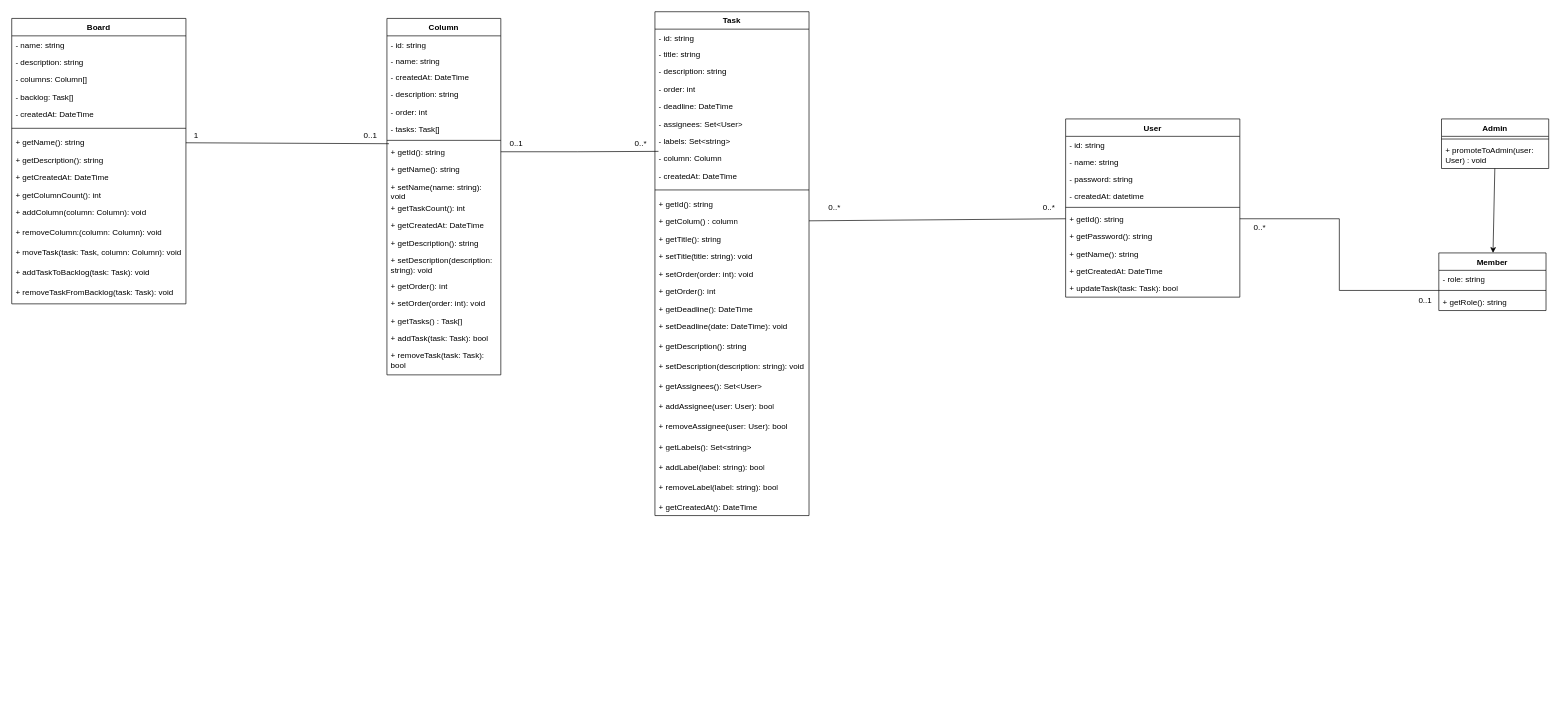
This is docs/Kancpp.drawio from talis-fb/kancpp_atv_boas_praticas, a draw.io file, before an edit. Source tidied: cells renumbered, new cells numbered last; positions are measured from the earlier drawing's top-left corner, leaving out a move shared by most shapes. Both pictures are drawn from the tidied source at 67%, with x=0, y=0 at pixel (11, 11).
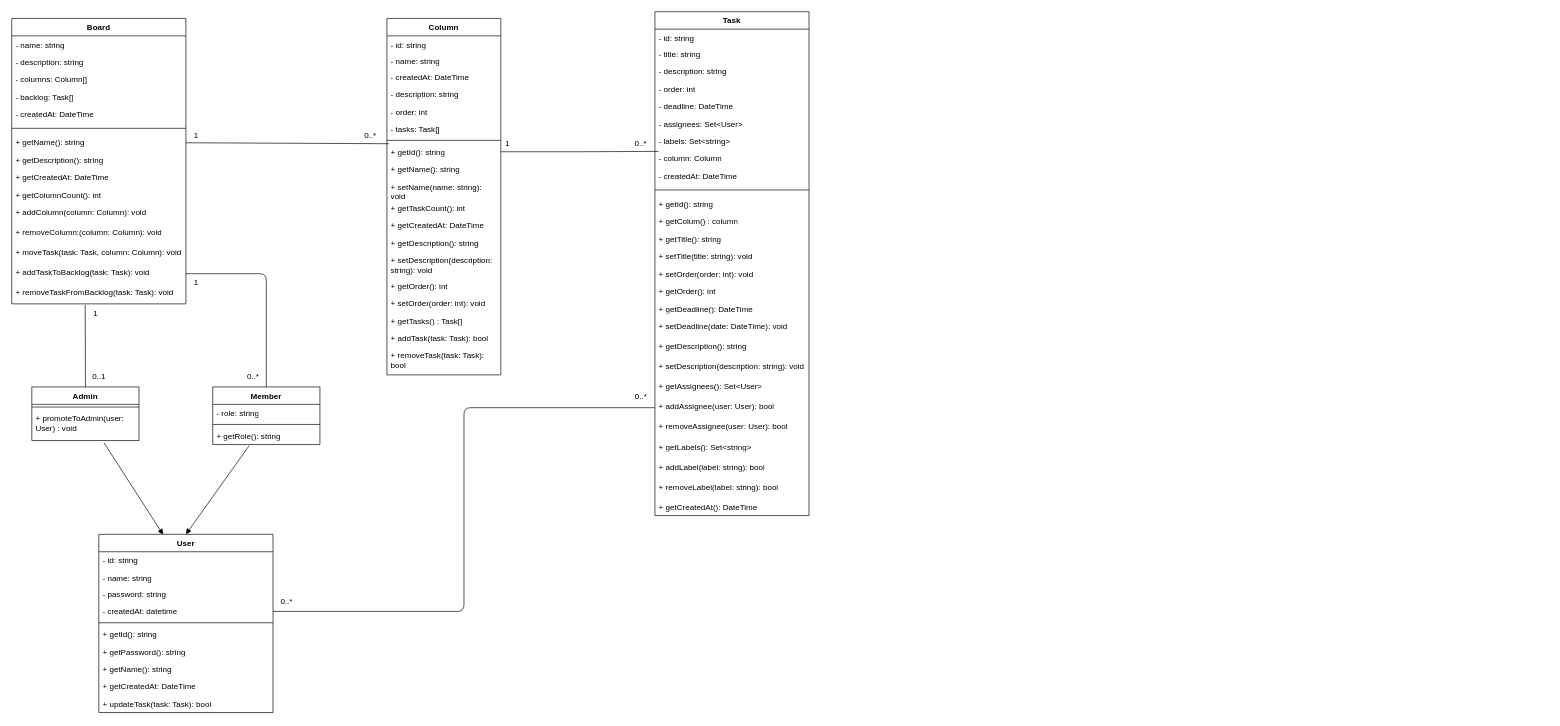
The same diagram, later.

Commit message:
feat: class diagram

Unchanged cells that the change refers to:
```xml
<mxCell id="34" value="+ getColum() : column" style="text;strokeColor=none;fillColor=none;align=left;verticalAlign=top;spacingLeft=4;spacingRight=4;overflow=hidden;points=[[0,0.5],[1,0.5]];portConstraint=eastwest;whiteSpace=wrap;html=1;" parent="22" vertex="1">
  <mxGeometry y="300" width="230" height="26" as="geometry" />
</mxCell>
<mxCell id="44" value="+ addAssignee(user: User): bool" style="text;strokeColor=none;fillColor=none;align=left;verticalAlign=top;spacingLeft=4;spacingRight=4;overflow=hidden;points=[[0,0.5],[1,0.5]];portConstraint=eastwest;whiteSpace=wrap;html=1;" parent="22" vertex="1">
  <mxGeometry y="576" width="230" height="30" as="geometry" />
</mxCell>
<mxCell id="64" value="+ addTaskToBacklog(task: Task): void" style="text;strokeColor=none;fillColor=none;align=left;verticalAlign=top;spacingLeft=4;spacingRight=4;overflow=hidden;points=[[0,0.5],[1,0.5]];portConstraint=eastwest;whiteSpace=wrap;html=1;" parent="50" vertex="1">
  <mxGeometry y="366" width="260" height="30" as="geometry" />
</mxCell>
<mxCell id="65" value="+ removeTaskFromBacklog(task: Task): void" style="text;strokeColor=none;fillColor=none;align=left;verticalAlign=top;spacingLeft=4;spacingRight=4;overflow=hidden;points=[[0,0.5],[1,0.5]];portConstraint=eastwest;whiteSpace=wrap;html=1;" parent="50" vertex="1">
  <mxGeometry y="396" width="260" height="30" as="geometry" />
</mxCell>
<mxCell id="70" value="- createdAt: datetime" style="text;strokeColor=none;fillColor=none;align=left;verticalAlign=top;spacingLeft=4;spacingRight=4;overflow=hidden;points=[[0,0.5],[1,0.5]];portConstraint=eastwest;whiteSpace=wrap;html=1;" parent="66" vertex="1">
  <mxGeometry y="102" width="260" height="26" as="geometry" />
</mxCell>
<mxCell id="72" value="+ getId(): string" style="text;strokeColor=none;fillColor=none;align=left;verticalAlign=top;spacingLeft=4;spacingRight=4;overflow=hidden;points=[[0,0.5],[1,0.5]];portConstraint=eastwest;whiteSpace=wrap;html=1;" parent="66" vertex="1">
  <mxGeometry y="136" width="260" height="26" as="geometry" />
</mxCell>
<mxCell id="79" style="line;strokeWidth=1;fillColor=none;align=left;verticalAlign=middle;spacingTop=-1;spacingLeft=3;spacingRight=3;labelPosition=right;points=[];portConstraint=eastwest;strokeColor=inherit;" parent="77" vertex="1">
  <mxGeometry y="52" width="160" height="8" as="geometry" />
</mxCell>
<mxCell id="80" value="+ getRole(): string" style="text;strokeColor=none;fillColor=none;align=left;verticalAlign=top;spacingLeft=4;spacingRight=4;overflow=hidden;points=[[0,0.5],[1,0.5]];portConstraint=eastwest;whiteSpace=wrap;html=1;" parent="77" vertex="1">
  <mxGeometry y="60" width="160" height="26" as="geometry" />
</mxCell>
```

Change to the diagram source:
```diff
@@
     <mxCell id="66" value="User" style="swimlane;fontStyle=1;align=center;verticalAlign=top;horizontal=1;startSize=26;whiteSpace=wrap;html=1;" parent="1" vertex="1">
-      <mxGeometry x="1573" y="160" width="260" height="266" as="geometry" />
+      <mxGeometry x="130" y="780" width="260" height="266" as="geometry" />
     </mxCell>
@@
     <mxCell id="77" value="Member" style="swimlane;fontStyle=1;align=center;verticalAlign=top;horizontal=1;startSize=26;whiteSpace=wrap;html=1;" parent="1" vertex="1">
-      <mxGeometry x="2130" y="360" width="160" height="86" as="geometry" />
+      <mxGeometry x="300" y="560" width="160" height="86" as="geometry" />
     </mxCell>
@@
+    <mxCell id="97" style="edgeStyle=none;html=1;exitX=0.5;exitY=0;exitDx=0;exitDy=0;entryX=0.422;entryY=1.05;entryDx=0;entryDy=0;entryPerimeter=0;endArrow=none;endFill=0;" parent="1" edge="1" source="81" target="65">
+      <mxGeometry relative="1" as="geometry" />
+    </mxCell>
     <mxCell id="81" value="Admin" style="swimlane;fontStyle=1;align=center;verticalAlign=top;horizontal=1;startSize=26;whiteSpace=wrap;html=1;" parent="1" vertex="1">
-      <mxGeometry x="2134" y="160" width="160" height="74" as="geometry" />
+      <mxGeometry x="30" y="560" width="160" height="80" as="geometry" />
     </mxCell>
@@
     <mxCell id="83" value="+ promoteToAdmin(user: User) : void" style="text;strokeColor=none;fillColor=none;align=left;verticalAlign=top;spacingLeft=4;spacingRight=4;overflow=hidden;points=[[0,0.5],[1,0.5]];portConstraint=eastwest;whiteSpace=wrap;html=1;" parent="81" vertex="1">
-      <mxGeometry y="34" width="160" height="40" as="geometry" />
+      <mxGeometry y="34" width="160" height="46" as="geometry" />
     </mxCell>
@@
-    <mxCell id="85" style="rounded=0;jettySize=auto;html=1;" parent="1" edge="1" source="83" target="77">
-      <mxGeometry relative="1" as="geometry" />
-    </mxCell>
@@
-    <mxCell id="87" style="rounded=0;jettySize=auto;html=1;entryX=0;entryY=0.5;entryDx=0;entryDy=0;endArrow=none;endFill=0;" parent="1" edge="1" source="34" target="72">
-      <mxGeometry relative="1" as="geometry" />
-    </mxCell>
-    <mxCell id="88" style="edgeStyle=orthogonalEdgeStyle;rounded=0;jettySize=auto;html=1;exitX=1;exitY=0.5;exitDx=0;exitDy=0;endArrow=none;endFill=0;" parent="1" edge="1" source="72" target="79">
-      <mxGeometry relative="1" as="geometry" />
-    </mxCell>
-    <mxCell id="89" value="0..1&amp;nbsp; &amp;nbsp;&amp;nbsp;" style="text;html=1;strokeColor=none;fillColor=none;align=center;verticalAlign=middle;whiteSpace=wrap;rounded=0;" parent="1" vertex="1">
-      <mxGeometry x="730" y="182" width="60" height="30" as="geometry" />
+    <mxCell id="89" value="1" style="text;html=1;strokeColor=none;fillColor=none;align=center;verticalAlign=middle;whiteSpace=wrap;rounded=0;" parent="1" vertex="1">
+      <mxGeometry x="710" y="182" width="60" height="30" as="geometry" />
     </mxCell>
@@
-    <mxCell id="91" value="0..1" style="text;html=1;align=center;verticalAlign=middle;strokeColor=none;fillColor=none;" parent="1" vertex="1">
+    <mxCell id="91" value="0..*" style="text;html=1;align=center;verticalAlign=middle;strokeColor=none;fillColor=none;" parent="1" vertex="1">
       <mxGeometry x="515" y="170" width="40" height="30" as="geometry" />
     </mxCell>
@@
-    <mxCell id="93" value="0..*&amp;nbsp;" style="text;html=1;strokeColor=none;fillColor=none;align=center;verticalAlign=middle;whiteSpace=wrap;rounded=0;" parent="1" vertex="1">
-      <mxGeometry x="1200" y="278" width="60" height="30" as="geometry" />
-    </mxCell>
-    <mxCell id="94" value="0..*&amp;nbsp;" style="text;html=1;strokeColor=none;fillColor=none;align=center;verticalAlign=middle;whiteSpace=wrap;rounded=0;" parent="1" vertex="1">
-      <mxGeometry x="1520" y="278" width="60" height="30" as="geometry" />
-    </mxCell>
-    <mxCell id="95" value="0..*" style="text;html=1;strokeColor=none;fillColor=none;align=center;verticalAlign=middle;whiteSpace=wrap;rounded=0;" parent="1" vertex="1">
-      <mxGeometry x="1833" y="308" width="60" height="30" as="geometry" />
-    </mxCell>
+    <mxCell id="98" style="edgeStyle=orthogonalEdgeStyle;html=1;exitX=1;exitY=0.5;exitDx=0;exitDy=0;entryX=0.5;entryY=0;entryDx=0;entryDy=0;endArrow=none;endFill=0;" parent="1" edge="1" source="64" target="77">
+      <mxGeometry relative="1" as="geometry" />
+    </mxCell>
+    <mxCell id="99" style="edgeStyle=orthogonalEdgeStyle;html=1;exitX=1;exitY=0.5;exitDx=0;exitDy=0;entryX=0;entryY=0.5;entryDx=0;entryDy=0;endArrow=none;endFill=0;" parent="1" edge="1" source="70" target="44">
+      <mxGeometry relative="1" as="geometry" />
+    </mxCell>
+    <mxCell id="100" style="html=1;exitX=0.673;exitY=1.071;exitDx=0;exitDy=0;entryX=0.369;entryY=0.002;entryDx=0;entryDy=0;entryPerimeter=0;endArrow=block;endFill=1;exitPerimeter=0;" parent="1" edge="1" source="83" target="66">
+      <mxGeometry relative="1" as="geometry" />
+    </mxCell>
+    <mxCell id="101" value="1" style="text;html=1;align=center;verticalAlign=middle;strokeColor=none;fillColor=none;" parent="1" vertex="1">
+      <mxGeometry x="110" y="436" width="30" height="30" as="geometry" />
+    </mxCell>
-    <mxCell id="96" value="0..1" style="text;html=1;strokeColor=none;fillColor=none;align=center;verticalAlign=middle;whiteSpace=wrap;rounded=0;" parent="1" vertex="1">
-      <mxGeometry x="2080" y="416" width="60" height="30" as="geometry" />
+    <mxCell id="96" value="0..1" style="text;html=1;align=center;verticalAlign=middle;strokeColor=none;fillColor=none;" parent="1" vertex="1">
+      <mxGeometry x="110" y="530" width="40" height="30" as="geometry" />
     </mxCell>
+    <mxCell id="102" value="1" style="text;html=1;align=center;verticalAlign=middle;strokeColor=none;fillColor=none;" parent="1" vertex="1">
+      <mxGeometry x="260" y="390" width="30" height="30" as="geometry" />
+    </mxCell>
+    <mxCell id="103" value="0..*" style="text;html=1;align=center;verticalAlign=middle;strokeColor=none;fillColor=none;" parent="1" vertex="1">
+      <mxGeometry x="340" y="530" width="40" height="30" as="geometry" />
+    </mxCell>
+    <mxCell id="104" style="html=1;exitX=0.339;exitY=1.071;exitDx=0;exitDy=0;entryX=0.5;entryY=0;entryDx=0;entryDy=0;endArrow=block;endFill=1;exitPerimeter=0;" parent="1" edge="1" source="80" target="66">
+      <mxGeometry relative="1" as="geometry" />
+    </mxCell>
+    <mxCell id="105" value="0..*" style="text;html=1;align=center;verticalAlign=middle;strokeColor=none;fillColor=none;" parent="1" vertex="1">
+      <mxGeometry x="390" y="865" width="40" height="30" as="geometry" />
+    </mxCell>
+    <mxCell id="106" value="0..*" style="text;html=1;align=center;verticalAlign=middle;strokeColor=none;fillColor=none;" parent="1" vertex="1">
+      <mxGeometry x="919" y="560" width="40" height="30" as="geometry" />
+    </mxCell>
```
